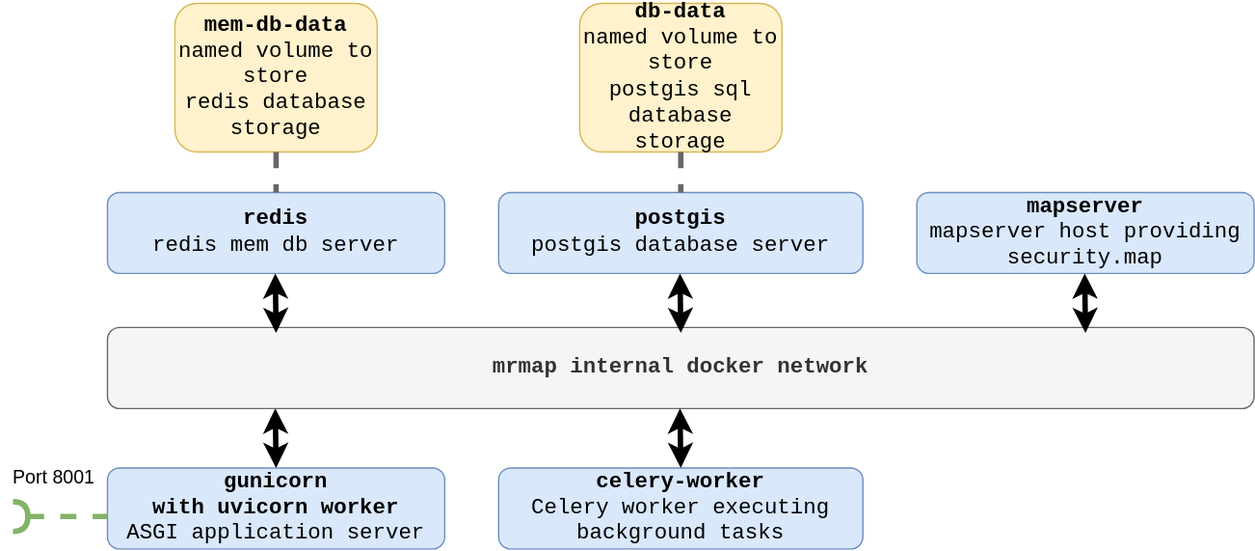
This is docs/source/images/docker_stack.svg from mrmap-community/mrmap, a draw.io export, as it was before one commit. Source tidied: cells renumbered, new cells last; positions are measured from the earlier drawing's top-left corner, leaving out a move shared by most shapes.
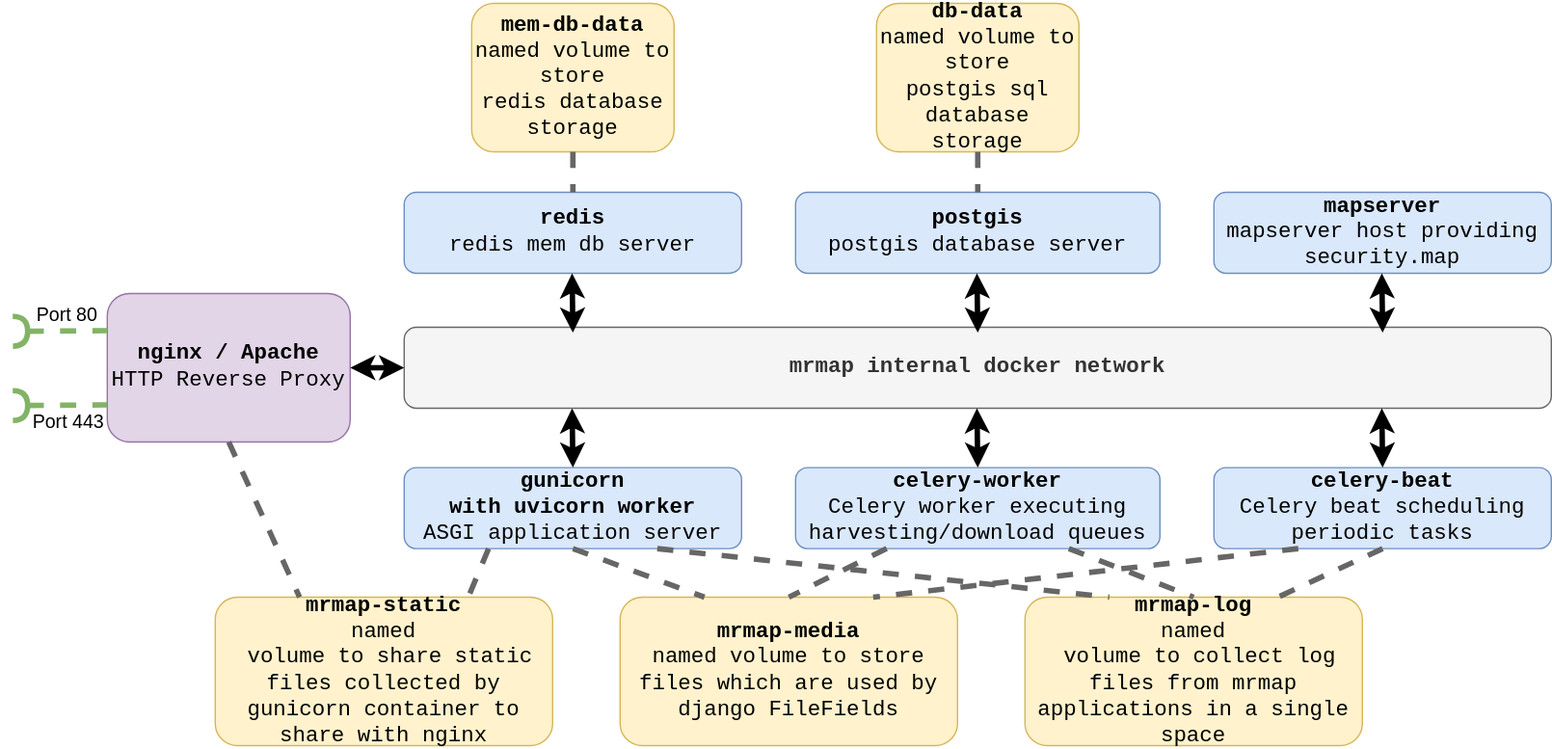
Later version of the same file.

Change to the diagram source:
```diff
@@ -2,20 +2,26 @@
   <root>
     <mxCell id="0" />
     <mxCell id="1" parent="0" />
+    <mxCell id="19" value="&lt;div style=&quot;font-size: 16px&quot;&gt;&lt;font&gt;&lt;b style=&quot;font-size: 16px&quot;&gt;&lt;font style=&quot;font-size: 16px&quot;&gt;nginx / Apache&lt;/font&gt;&lt;/b&gt;&lt;/font&gt;&lt;/div&gt;&lt;div style=&quot;font-size: 16px&quot;&gt;&lt;font style=&quot;font-size: 16px&quot;&gt;HTTP Reverse Proxy&lt;br style=&quot;font-size: 16px&quot;&gt;&lt;/font&gt;&lt;/div&gt;" style="rounded=1;whiteSpace=wrap;html=1;fillColor=#e1d5e7;strokeColor=#9673a6;fontFamily=Courier New;fontSize=16;" parent="1" vertex="1">
+      <mxGeometry x="-150" y="215" width="180" height="110" as="geometry" />
+    </mxCell>
     <mxCell id="2" value="&lt;div style=&quot;font-size: 16px&quot;&gt;&lt;b&gt;gunicorn&lt;/b&gt;&lt;/div&gt;&lt;div style=&quot;font-size: 16px&quot;&gt;&lt;b&gt;with uvicorn worker&lt;/b&gt;&lt;/div&gt;&lt;div style=&quot;font-size: 16px&quot;&gt;&lt;font&gt;ASGI application server&lt;/font&gt;&lt;font style=&quot;font-size: 16px&quot;&gt;&lt;br style=&quot;font-size: 16px&quot;&gt;&lt;/font&gt;&lt;/div&gt;" style="rounded=1;whiteSpace=wrap;html=1;fillColor=#dae8fc;strokeColor=#6c8ebf;fontFamily=Courier New;fontSize=16;" parent="1" vertex="1">
       <mxGeometry x="70" y="344" width="250" height="60" as="geometry" />
     </mxCell>
-    <mxCell id="3" style="endArrow=classic;html=1;fontFamily=Verdana;fontSize=16;entryX=0.5;entryY=0;entryDx=0;entryDy=0;exitX=0.214;exitY=1;exitDx=0;exitDy=0;exitPerimeter=0;strokeWidth=4;startArrow=classic;startFill=1;" parent="1" edge="1" target="2">
-      <mxGeometry relative="1" as="geometry">
-        <mxPoint x="194.4" y="300" as="sourcePoint" />
-      </mxGeometry>
-    </mxCell>
+    <mxCell id="20" style="endArrow=classic;html=1;fontFamily=Verdana;fontSize=16;entryX=0.5;entryY=0;entryDx=0;entryDy=0;exitX=0.214;exitY=1;exitDx=0;exitDy=0;exitPerimeter=0;strokeWidth=4;startArrow=classic;startFill=1;" parent="1" edge="1" target="2">
+      <mxGeometry relative="1" as="geometry">
+        <mxPoint x="194.4" y="300" as="sourcePoint" />
+      </mxGeometry>
+    </mxCell>
     <mxCell id="4" value="&lt;b&gt;mrmap internal docker network&lt;/b&gt;" style="rounded=1;whiteSpace=wrap;html=1;fillColor=#f5f5f5;strokeColor=#666666;fontFamily=Courier New;fontSize=16;fontColor=#333333;" parent="1" vertex="1">
       <mxGeometry x="70" y="240" width="850" height="60" as="geometry" />
     </mxCell>
-    <mxCell id="5" value="&lt;div style=&quot;font-size: 16px&quot;&gt;&lt;b&gt;celery-worker&lt;/b&gt;&lt;/div&gt;&lt;div style=&quot;font-size: 16px&quot;&gt;&lt;span&gt;Celery worker executing background tasks&lt;/span&gt;&lt;br&gt;&lt;/div&gt;" style="rounded=1;whiteSpace=wrap;html=1;fillColor=#dae8fc;strokeColor=#6c8ebf;fontFamily=Courier New;fontSize=16;" parent="1" vertex="1">
-      <mxGeometry x="360" y="344" width="270" height="60" as="geometry" />
-    </mxCell>
+    <mxCell id="21" value="&lt;div style=&quot;font-size: 16px&quot;&gt;&lt;b&gt;celery-beat&lt;/b&gt;&lt;/div&gt;&lt;div style=&quot;font-size: 16px&quot;&gt;&lt;span&gt;Celery beat scheduling periodic tasks&lt;/span&gt;&lt;br&gt;&lt;/div&gt;" style="rounded=1;whiteSpace=wrap;html=1;fillColor=#dae8fc;strokeColor=#6c8ebf;fontFamily=Courier New;fontSize=16;" parent="1" vertex="1">
+      <mxGeometry x="670" y="344" width="250" height="60" as="geometry" />
+    </mxCell>
+    <mxCell id="22" value="&lt;div style=&quot;font-size: 16px&quot;&gt;&lt;b&gt;celery-worker&lt;/b&gt;&lt;/div&gt;&lt;div style=&quot;font-size: 16px&quot;&gt;&lt;span&gt;Celery worker executing harvesting/download queues&lt;/span&gt;&lt;br&gt;&lt;/div&gt;" style="rounded=1;whiteSpace=wrap;html=1;fillColor=#dae8fc;strokeColor=#6c8ebf;fontFamily=Courier New;fontSize=16;" parent="1" vertex="1">
+      <mxGeometry x="360" y="344" width="270" height="60" as="geometry" />
+    </mxCell>
     <mxCell id="6" value="&lt;div style=&quot;font-size: 16px&quot;&gt;&lt;span&gt;&lt;b&gt;postgis&lt;/b&gt;&lt;/span&gt;&lt;/div&gt;&lt;div style=&quot;font-size: 16px&quot;&gt;&lt;span&gt;postgis database server&lt;/span&gt;&lt;br&gt;&lt;/div&gt;" style="rounded=1;whiteSpace=wrap;html=1;fillColor=#dae8fc;strokeColor=#6c8ebf;fontFamily=Courier New;fontSize=16;" parent="1" vertex="1">
       <mxGeometry x="360" y="140" width="270" height="60" as="geometry" />
     </mxCell>
@@ -25,52 +31,103 @@
     <mxCell id="8" value="&lt;div style=&quot;font-size: 16px&quot;&gt;&lt;span&gt;&lt;b&gt;mapserver&lt;/b&gt;&lt;/span&gt;&lt;/div&gt;&lt;div style=&quot;font-size: 16px&quot;&gt;&lt;span&gt;mapserver host providing security.map&lt;/span&gt;&lt;br&gt;&lt;/div&gt;" style="rounded=1;whiteSpace=wrap;html=1;fillColor=#dae8fc;strokeColor=#6c8ebf;fontFamily=Courier New;fontSize=16;" parent="1" vertex="1">
       <mxGeometry x="670" y="140" width="250" height="60" as="geometry" />
     </mxCell>
+    <mxCell id="23" value="&lt;div style=&quot;font-size: 16px&quot;&gt;&lt;span&gt;&lt;b&gt;mrmap-static&lt;/b&gt;&lt;/span&gt;&lt;/div&gt;named&lt;div style=&quot;font-size: 16px&quot;&gt;&lt;span&gt;&amp;nbsp;volume to share static files collected by gunicorn container to share with nginx&lt;/span&gt;&lt;br&gt;&lt;/div&gt;" style="rounded=1;whiteSpace=wrap;html=1;fillColor=#fff2cc;strokeColor=#d6b656;fontFamily=Courier New;fontSize=16;" parent="1" vertex="1">
+      <mxGeometry x="-70" y="440" width="250" height="110" as="geometry" />
+    </mxCell>
+    <mxCell id="24" value="&lt;div style=&quot;font-size: 16px&quot;&gt;&lt;span&gt;&lt;b&gt;mrmap-media&lt;/b&gt;&lt;/span&gt;&lt;/div&gt;&lt;div style=&quot;font-size: 16px&quot;&gt;&lt;span&gt;named volume to store files which are used by django FileFields&lt;/span&gt;&lt;br&gt;&lt;/div&gt;" style="rounded=1;whiteSpace=wrap;html=1;fillColor=#fff2cc;strokeColor=#d6b656;fontFamily=Courier New;fontSize=16;" parent="1" vertex="1">
+      <mxGeometry x="230" y="440" width="250" height="110" as="geometry" />
+    </mxCell>
+    <mxCell id="25" value="&lt;div style=&quot;font-size: 16px&quot;&gt;&lt;span&gt;&lt;b&gt;mrmap-log&lt;/b&gt;&lt;/span&gt;&lt;/div&gt;named&lt;div style=&quot;font-size: 16px&quot;&gt;&lt;span&gt;&amp;nbsp;volume to collect log files from mrmap applications in a single space&lt;/span&gt;&lt;br&gt;&lt;/div&gt;" style="rounded=1;whiteSpace=wrap;html=1;fillColor=#fff2cc;strokeColor=#d6b656;fontFamily=Courier New;fontSize=16;" parent="1" vertex="1">
+      <mxGeometry x="530" y="440" width="250" height="110" as="geometry" />
+    </mxCell>
     <mxCell id="9" value="&lt;div style=&quot;font-size: 16px&quot;&gt;&lt;span&gt;&lt;b&gt;db-data&lt;/b&gt;&lt;/span&gt;&lt;/div&gt;named volume to store&lt;div style=&quot;font-size: 16px&quot;&gt;&lt;span&gt;postgis sql database storage&lt;/span&gt;&lt;br&gt;&lt;/div&gt;" style="rounded=1;whiteSpace=wrap;html=1;fillColor=#fff2cc;strokeColor=#d6b656;fontFamily=Courier New;fontSize=16;" parent="1" vertex="1">
       <mxGeometry x="420" width="150" height="110" as="geometry" />
     </mxCell>
     <mxCell id="10" value="&lt;div style=&quot;font-size: 16px&quot;&gt;&lt;span&gt;&lt;b&gt;mem-db-data&lt;/b&gt;&lt;/span&gt;&lt;/div&gt;named volume to store&lt;div style=&quot;font-size: 16px&quot;&gt;&lt;span&gt;redis database storage&lt;/span&gt;&lt;br&gt;&lt;/div&gt;" style="rounded=1;whiteSpace=wrap;html=1;fillColor=#fff2cc;strokeColor=#d6b656;fontFamily=Courier New;fontSize=16;" parent="1" vertex="1">
       <mxGeometry x="120" width="150" height="110" as="geometry" />
     </mxCell>
-    <mxCell id="11" style="endArrow=classic;html=1;fontFamily=Verdana;fontSize=16;entryX=0.5;entryY=0;entryDx=0;entryDy=0;exitX=0.214;exitY=1;exitDx=0;exitDy=0;exitPerimeter=0;strokeWidth=4;startArrow=classic;startFill=1;" parent="1" edge="1">
-      <mxGeometry relative="1" as="geometry">
-        <mxPoint x="494.4" y="300" as="sourcePoint" />
-        <mxPoint x="495" y="344" as="targetPoint" />
-      </mxGeometry>
-    </mxCell>
-    <mxCell id="12" style="endArrow=classic;html=1;fontFamily=Verdana;fontSize=16;entryX=0.5;entryY=0;entryDx=0;entryDy=0;exitX=0.214;exitY=1;exitDx=0;exitDy=0;exitPerimeter=0;strokeWidth=4;startArrow=classic;startFill=1;" parent="1" edge="1">
-      <mxGeometry relative="1" as="geometry">
-        <mxPoint x="794.4" y="200" as="sourcePoint" />
-        <mxPoint x="795" y="244" as="targetPoint" />
-      </mxGeometry>
-    </mxCell>
-    <mxCell id="13" style="endArrow=classic;html=1;fontFamily=Verdana;fontSize=16;entryX=0.5;entryY=0;entryDx=0;entryDy=0;exitX=0.214;exitY=1;exitDx=0;exitDy=0;exitPerimeter=0;strokeWidth=4;startArrow=classic;startFill=1;" parent="1" edge="1">
-      <mxGeometry relative="1" as="geometry">
-        <mxPoint x="494.4" y="200" as="sourcePoint" />
-        <mxPoint x="495" y="244" as="targetPoint" />
-      </mxGeometry>
-    </mxCell>
-    <mxCell id="14" style="endArrow=classic;html=1;fontFamily=Verdana;fontSize=16;entryX=0.5;entryY=0;entryDx=0;entryDy=0;exitX=0.214;exitY=1;exitDx=0;exitDy=0;exitPerimeter=0;strokeWidth=4;startArrow=classic;startFill=1;" parent="1" edge="1">
-      <mxGeometry relative="1" as="geometry">
-        <mxPoint x="194.4" y="200" as="sourcePoint" />
-        <mxPoint x="195" y="244" as="targetPoint" />
-      </mxGeometry>
-    </mxCell>
+    <mxCell id="26" style="endArrow=classic;html=1;fontFamily=Verdana;fontSize=16;entryX=0.5;entryY=0;entryDx=0;entryDy=0;exitX=0.214;exitY=1;exitDx=0;exitDy=0;exitPerimeter=0;strokeWidth=4;startArrow=classic;startFill=1;" parent="1" edge="1">
+      <mxGeometry relative="1" as="geometry">
+        <mxPoint x="494.4" y="300" as="sourcePoint" />
+        <mxPoint x="495" y="344" as="targetPoint" />
+      </mxGeometry>
+    </mxCell>
+    <mxCell id="27" style="endArrow=classic;html=1;fontFamily=Verdana;fontSize=16;entryX=0.5;entryY=0;entryDx=0;entryDy=0;exitX=0.214;exitY=1;exitDx=0;exitDy=0;exitPerimeter=0;strokeWidth=4;startArrow=classic;startFill=1;" parent="1" edge="1">
+      <mxGeometry relative="1" as="geometry">
+        <mxPoint x="794.4" y="300" as="sourcePoint" />
+        <mxPoint x="795" y="344" as="targetPoint" />
+      </mxGeometry>
+    </mxCell>
+    <mxCell id="28" style="endArrow=classic;html=1;fontFamily=Verdana;fontSize=16;entryX=0.5;entryY=0;entryDx=0;entryDy=0;exitX=0.214;exitY=1;exitDx=0;exitDy=0;exitPerimeter=0;strokeWidth=4;startArrow=classic;startFill=1;" parent="1" edge="1">
+      <mxGeometry relative="1" as="geometry">
+        <mxPoint x="794.4" y="200" as="sourcePoint" />
+        <mxPoint x="795" y="244" as="targetPoint" />
+      </mxGeometry>
+    </mxCell>
+    <mxCell id="29" style="endArrow=classic;html=1;fontFamily=Verdana;fontSize=16;entryX=0.5;entryY=0;entryDx=0;entryDy=0;exitX=0.214;exitY=1;exitDx=0;exitDy=0;exitPerimeter=0;strokeWidth=4;startArrow=classic;startFill=1;" parent="1" edge="1">
+      <mxGeometry relative="1" as="geometry">
+        <mxPoint x="494.4" y="200" as="sourcePoint" />
+        <mxPoint x="495" y="244" as="targetPoint" />
+      </mxGeometry>
+    </mxCell>
+    <mxCell id="30" style="endArrow=classic;html=1;fontFamily=Verdana;fontSize=16;entryX=0.5;entryY=0;entryDx=0;entryDy=0;exitX=0.214;exitY=1;exitDx=0;exitDy=0;exitPerimeter=0;strokeWidth=4;startArrow=classic;startFill=1;" parent="1" edge="1">
+      <mxGeometry relative="1" as="geometry">
+        <mxPoint x="194.4" y="200" as="sourcePoint" />
+        <mxPoint x="195" y="244" as="targetPoint" />
+      </mxGeometry>
+    </mxCell>
+    <mxCell id="31" style="endArrow=classic;html=1;fontFamily=Verdana;fontSize=16;entryX=0;entryY=0.5;entryDx=0;entryDy=0;exitX=1;exitY=0.5;exitDx=0;exitDy=0;strokeWidth=4;startArrow=classic;startFill=1;" parent="1" edge="1" source="19" target="4">
+      <mxGeometry relative="1" as="geometry" />
+    </mxCell>
+    <mxCell id="32" style="endArrow=none;html=1;fontFamily=Verdana;fontSize=16;entryX=0.25;entryY=0;entryDx=0;entryDy=0;exitX=0.5;exitY=1;exitDx=0;exitDy=0;strokeWidth=4;startArrow=none;startFill=0;endFill=0;dashed=1;fillColor=#f5f5f5;strokeColor=#666666;" parent="1" edge="1" source="19" target="23">
+      <mxGeometry relative="1" as="geometry" />
+    </mxCell>
+    <mxCell id="33" style="endArrow=none;html=1;fontFamily=Verdana;fontSize=16;entryX=0.75;entryY=0;entryDx=0;entryDy=0;exitX=0.25;exitY=1;exitDx=0;exitDy=0;strokeWidth=4;startArrow=none;startFill=0;endFill=0;dashed=1;fillColor=#f5f5f5;strokeColor=#666666;" parent="1" edge="1" source="2" target="23">
+      <mxGeometry relative="1" as="geometry" />
+    </mxCell>
+    <mxCell id="34" style="endArrow=none;html=1;fontFamily=Verdana;fontSize=16;entryX=0.25;entryY=0;entryDx=0;entryDy=0;exitX=0.5;exitY=1;exitDx=0;exitDy=0;strokeWidth=4;startArrow=none;startFill=0;endFill=0;dashed=1;fillColor=#f5f5f5;strokeColor=#666666;" parent="1" edge="1" source="2" target="24">
+      <mxGeometry relative="1" as="geometry" />
+    </mxCell>
+    <mxCell id="35" style="endArrow=none;html=1;fontFamily=Verdana;fontSize=16;entryX=0.5;entryY=0;entryDx=0;entryDy=0;exitX=0.25;exitY=1;exitDx=0;exitDy=0;strokeWidth=4;startArrow=none;startFill=0;endFill=0;dashed=1;fillColor=#f5f5f5;strokeColor=#666666;" parent="1" edge="1" source="22" target="24">
+      <mxGeometry relative="1" as="geometry" />
+    </mxCell>
+    <mxCell id="36" style="endArrow=none;html=1;fontFamily=Verdana;fontSize=16;entryX=0.75;entryY=0;entryDx=0;entryDy=0;exitX=0.25;exitY=1;exitDx=0;exitDy=0;strokeWidth=4;startArrow=none;startFill=0;endFill=0;dashed=1;fillColor=#f5f5f5;strokeColor=#666666;" parent="1" edge="1" source="21" target="24">
+      <mxGeometry relative="1" as="geometry" />
+    </mxCell>
+    <mxCell id="37" style="endArrow=none;html=1;fontFamily=Verdana;fontSize=16;entryX=0.75;entryY=0;entryDx=0;entryDy=0;exitX=0.5;exitY=1;exitDx=0;exitDy=0;strokeWidth=4;startArrow=none;startFill=0;endFill=0;dashed=1;fillColor=#f5f5f5;strokeColor=#666666;" parent="1" edge="1" source="21" target="25">
+      <mxGeometry relative="1" as="geometry" />
+    </mxCell>
+    <mxCell id="38" style="endArrow=none;html=1;fontFamily=Verdana;fontSize=16;entryX=0.5;entryY=0;entryDx=0;entryDy=0;exitX=0.75;exitY=1;exitDx=0;exitDy=0;strokeWidth=4;startArrow=none;startFill=0;endFill=0;dashed=1;fillColor=#f5f5f5;strokeColor=#666666;" parent="1" edge="1" source="22" target="25">
+      <mxGeometry relative="1" as="geometry" />
+    </mxCell>
+    <mxCell id="39" style="endArrow=none;html=1;fontFamily=Verdana;fontSize=16;entryX=0.25;entryY=0;entryDx=0;entryDy=0;strokeWidth=4;startArrow=none;startFill=0;endFill=0;dashed=1;exitX=0.75;exitY=1;exitDx=0;exitDy=0;fillColor=#f5f5f5;strokeColor=#666666;" parent="1" edge="1" source="2" target="25">
+      <mxGeometry relative="1" as="geometry" />
+    </mxCell>
     <mxCell id="15" style="endArrow=none;html=1;fontFamily=Verdana;fontSize=16;entryX=0.5;entryY=0;entryDx=0;entryDy=0;exitX=0.5;exitY=1;exitDx=0;exitDy=0;strokeWidth=4;startArrow=none;startFill=0;endFill=0;dashed=1;fillColor=#f5f5f5;strokeColor=#666666;" parent="1" edge="1" source="10" target="7">
       <mxGeometry relative="1" as="geometry" />
     </mxCell>
     <mxCell id="16" style="endArrow=none;html=1;fontFamily=Verdana;fontSize=16;entryX=0.5;entryY=0;entryDx=0;entryDy=0;exitX=0.5;exitY=1;exitDx=0;exitDy=0;strokeWidth=4;startArrow=none;startFill=0;endFill=0;dashed=1;fillColor=#f5f5f5;strokeColor=#666666;" parent="1" edge="1" source="9" target="6">
       <mxGeometry relative="1" as="geometry" />
     </mxCell>
-    <mxCell id="17" style="endArrow=none;html=1;fontFamily=Verdana;fontSize=16;entryX=0;entryY=0.25;entryDx=0;entryDy=0;strokeWidth=4;startArrow=halfCircle;startFill=0;endFill=0;dashed=1;fillColor=#d5e8d4;strokeColor=#82b366;" parent="1" edge="1">
-      <mxGeometry relative="1" as="geometry">
-        <mxPoint y="380" as="sourcePoint" />
-        <mxPoint x="70" y="380" as="targetPoint" />
-      </mxGeometry>
-    </mxCell>
-    <mxCell id="18" value="&lt;font style=&quot;font-size: 14px&quot;&gt;Port 8001&lt;/font&gt;" style="edgeLabel;html=1;align=center;verticalAlign=middle;" parent="17" vertex="1">
-      <mxGeometry x="-0.29" y="-1" relative="1" as="geometry">
-        <mxPoint x="5" y="-31" as="offset" />
-      </mxGeometry>
-    </mxCell>
+    <mxCell id="40" style="endArrow=none;html=1;fontFamily=Verdana;fontSize=16;entryX=0;entryY=0.25;entryDx=0;entryDy=0;strokeWidth=4;startArrow=halfCircle;startFill=0;endFill=0;dashed=1;fillColor=#d5e8d4;strokeColor=#82b366;" parent="1" edge="1" target="19">
+      <mxGeometry relative="1" as="geometry">
+        <mxPoint x="-220" y="243" as="sourcePoint" />
+      </mxGeometry>
+    </mxCell>
+    <mxCell id="41" value="&lt;font style=&quot;font-size: 14px&quot;&gt;Port 80&lt;/font&gt;" style="edgeLabel;html=1;align=center;verticalAlign=middle;" parent="40" vertex="1">
+      <mxGeometry x="-0.29" y="-1" relative="1" as="geometry">
+        <mxPoint x="15" y="-14" as="offset" />
+      </mxGeometry>
+    </mxCell>
+    <mxCell id="42" style="endArrow=none;html=1;fontFamily=Verdana;fontSize=16;entryX=0;entryY=0.75;entryDx=0;entryDy=0;strokeWidth=4;startArrow=halfCircle;startFill=0;endFill=0;dashed=1;fillColor=#d5e8d4;strokeColor=#82b366;" parent="1" edge="1" target="19">
+      <mxGeometry relative="1" as="geometry">
+        <mxPoint x="-220" y="298" as="sourcePoint" />
+      </mxGeometry>
+    </mxCell>
+    <mxCell id="43" value="&lt;font style=&quot;font-size: 14px&quot;&gt;Port 443&lt;/font&gt;" style="edgeLabel;html=1;align=center;verticalAlign=middle;" parent="42" vertex="1">
+      <mxGeometry x="0.29" y="1" relative="1" as="geometry">
+        <mxPoint x="-5" y="13" as="offset" />
+      </mxGeometry>
+    </mxCell>
   </root>
 </mxGraphModel>
```
